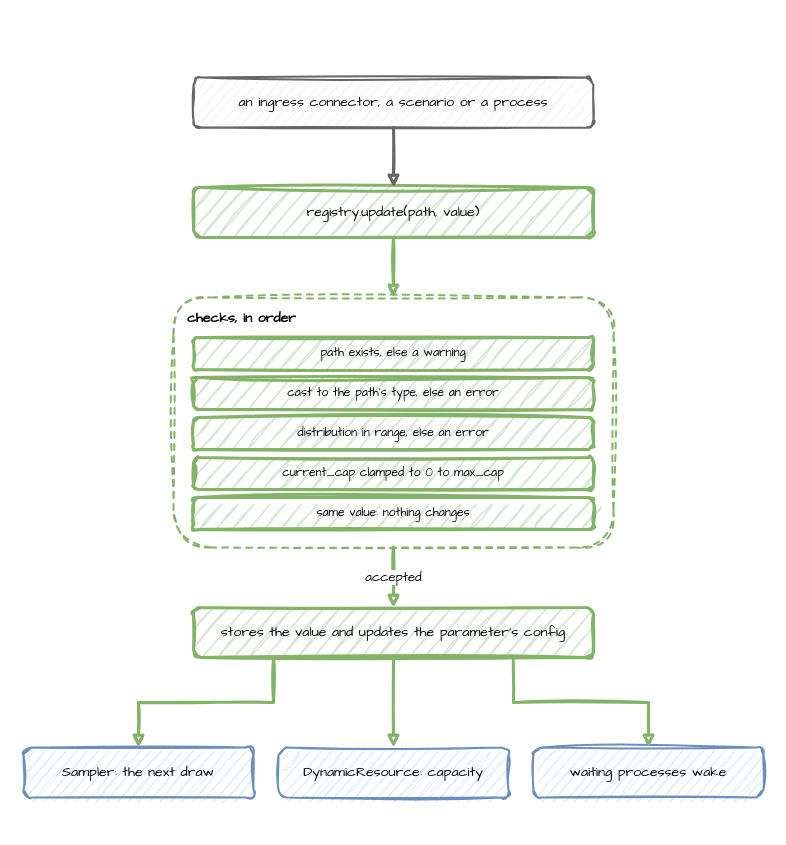
The draw.io diagram docs/assets/diagrams/registry-update.drawio in jaehyeon-kim/desflow, before the edit. Source tidied: cells renumbered, new cells numbered last; positions are measured from the earlier drawing's top-left corner, leaving out a move shared by most shapes. Both pictures are drawn from the tidied source at 100%, with x=0, y=0 at pixel (23, 77).
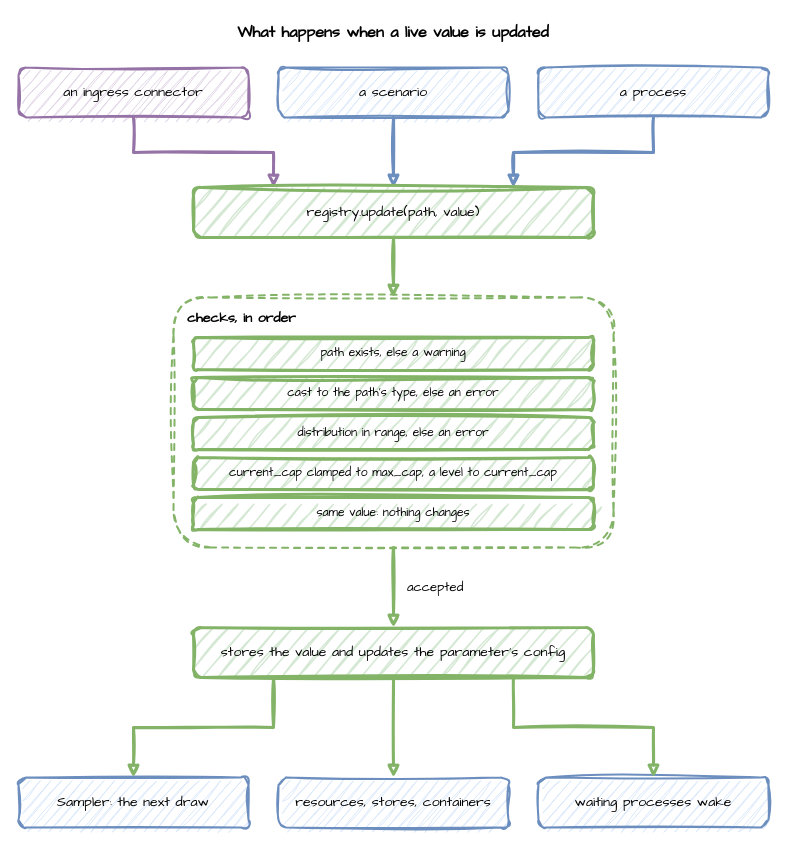
The same page after the edit.

The change refers to these unchanged cells:
```xml
<mxCell id="2" value="checks, in order" style="rounded=1;whiteSpace=wrap;html=1;sketch=1;curveFitting=1;jiggle=2;fontFamily=Comic Sans MS;fontSize=14;fillColor=none;strokeColor=#82b366;strokeWidth=2;dashed=1;verticalAlign=top;align=left;spacingLeft=12;spacingTop=6;fontStyle=1;" parent="1" vertex="1">
  <mxGeometry x="150" y="220" width="440" height="250" as="geometry" />
</mxCell>
<mxCell id="4" value="registry.update(path, value)" style="rounded=1;whiteSpace=wrap;html=1;sketch=1;curveFitting=1;jiggle=2;fontFamily=Comic Sans MS;fontSize=14;fillColor=#d5e8d4;strokeColor=#82b366;strokeWidth=3;" parent="1" vertex="1">
  <mxGeometry x="170" y="110" width="400" height="50" as="geometry" />
</mxCell>
```

Diff of the diagram source:
```diff
@@
+    <mxCell id="20" value="What happens when a live value is updated" style="text;html=1;align=center;verticalAlign=middle;whiteSpace=wrap;fontFamily=Comic Sans MS;fontSize=16;fontStyle=1;" parent="1" vertex="1">
+      <mxGeometry x="-5" y="-60" width="750" height="30" as="geometry" />
+    </mxCell>
+    <mxCell id="21" value="an ingress connector" style="rounded=1;whiteSpace=wrap;html=1;sketch=1;curveFitting=1;jiggle=2;fontFamily=Comic Sans MS;fontSize=14;fillColor=#e1d5e7;strokeColor=#9673a6;strokeWidth=2;" parent="1" vertex="1">
+      <mxGeometry x="-5" y="-10" width="230" height="50" as="geometry" />
+    </mxCell>
+    <mxCell id="22" value="a scenario" style="rounded=1;whiteSpace=wrap;html=1;sketch=1;curveFitting=1;jiggle=2;fontFamily=Comic Sans MS;fontSize=14;fillColor=#dae8fc;strokeColor=#6c8ebf;strokeWidth=2;" parent="1" vertex="1">
+      <mxGeometry x="255" y="-10" width="230" height="50" as="geometry" />
+    </mxCell>
+    <mxCell id="23" value="a process" style="rounded=1;whiteSpace=wrap;html=1;sketch=1;curveFitting=1;jiggle=2;fontFamily=Comic Sans MS;fontSize=14;fillColor=#dae8fc;strokeColor=#6c8ebf;strokeWidth=2;" parent="1" vertex="1">
+      <mxGeometry x="515" y="-10" width="230" height="50" as="geometry" />
+    </mxCell>
+    <mxCell id="24" style="edgeStyle=orthogonalEdgeStyle;rounded=0;sketch=1;html=1;strokeWidth=3;endArrow=block;fontFamily=Comic Sans MS;fontSize=13;labelBackgroundColor=#ffffff;exitX=0.5;exitY=1;exitDx=0;exitDy=0;entryY=0;entryDx=0;entryDy=0;strokeColor=#9673a6;entryX=0.2;" parent="1" edge="1" source="21" target="4">
+      <mxGeometry relative="1" as="geometry" />
+    </mxCell>
+    <mxCell id="25" style="edgeStyle=orthogonalEdgeStyle;rounded=0;sketch=1;html=1;strokeWidth=3;endArrow=block;fontFamily=Comic Sans MS;fontSize=13;labelBackgroundColor=#ffffff;exitX=0.5;exitY=1;exitDx=0;exitDy=0;entryY=0;entryDx=0;entryDy=0;strokeColor=#6c8ebf;entryX=0.5;" parent="1" edge="1" source="22" target="4">
+      <mxGeometry relative="1" as="geometry" />
+    </mxCell>
+    <mxCell id="26" style="edgeStyle=orthogonalEdgeStyle;rounded=0;sketch=1;html=1;strokeWidth=3;endArrow=block;fontFamily=Comic Sans MS;fontSize=13;labelBackgroundColor=#ffffff;exitX=0.5;exitY=1;exitDx=0;exitDy=0;entryY=0;entryDx=0;entryDy=0;strokeColor=#6c8ebf;entryX=0.8;" parent="1" edge="1" source="23" target="4">
+      <mxGeometry relative="1" as="geometry" />
+    </mxCell>
@@
-    <mxCell id="3" value="an ingress connector, a scenario or a process" style="rounded=1;whiteSpace=wrap;html=1;sketch=1;curveFitting=1;jiggle=2;fontFamily=Comic Sans MS;fontSize=14;fillColor=#f5f5f5;strokeColor=#666666;strokeWidth=2;" parent="1" vertex="1">
-      <mxGeometry x="170" width="400" height="50" as="geometry" />
-    </mxCell>
@@
-    <mxCell id="8" value="current_cap clamped to 0 to max_cap" style="rounded=1;whiteSpace=wrap;html=1;sketch=1;curveFitting=1;jiggle=2;fontFamily=Comic Sans MS;fontSize=14;fillColor=#d5e8d4;strokeColor=#82b366;strokeWidth=3;fontSize=12;" parent="1" vertex="1">
+    <mxCell id="8" value="current_cap clamped to max_cap, a level to current_cap" style="rounded=1;whiteSpace=wrap;html=1;sketch=1;curveFitting=1;jiggle=2;fontFamily=Comic Sans MS;fontSize=14;fillColor=#d5e8d4;strokeColor=#82b366;strokeWidth=3;fontSize=12;" parent="1" vertex="1">
       <mxGeometry x="170" y="380" width="400" height="32" as="geometry" />
     </mxCell>
@@
     <mxCell id="10" value="stores the value and updates the parameter's config" style="rounded=1;whiteSpace=wrap;html=1;sketch=1;curveFitting=1;jiggle=2;fontFamily=Comic Sans MS;fontSize=14;fillColor=#d5e8d4;strokeColor=#82b366;strokeWidth=3;" parent="1" vertex="1">
-      <mxGeometry x="170" y="530" width="400" height="50" as="geometry" />
+      <mxGeometry x="170" y="550" width="400" height="50" as="geometry" />
     </mxCell>
     <mxCell id="11" value="Sampler: the next draw" style="rounded=1;whiteSpace=wrap;html=1;sketch=1;curveFitting=1;jiggle=2;fontFamily=Comic Sans MS;fontSize=14;fillColor=#dae8fc;strokeColor=#6c8ebf;strokeWidth=2;" parent="1" vertex="1">
-      <mxGeometry y="670" width="230" height="50" as="geometry" />
+      <mxGeometry x="-5" y="700" width="230" height="50" as="geometry" />
     </mxCell>
-    <mxCell id="12" value="DynamicResource: capacity" style="rounded=1;whiteSpace=wrap;html=1;sketch=1;curveFitting=1;jiggle=2;fontFamily=Comic Sans MS;fontSize=14;fillColor=#dae8fc;strokeColor=#6c8ebf;strokeWidth=2;" parent="1" vertex="1">
-      <mxGeometry x="255" y="670" width="230" height="50" as="geometry" />
+    <mxCell id="12" value="resources, stores, containers" style="rounded=1;whiteSpace=wrap;html=1;sketch=1;curveFitting=1;jiggle=2;fontFamily=Comic Sans MS;fontSize=14;fillColor=#dae8fc;strokeColor=#6c8ebf;strokeWidth=2;" parent="1" vertex="1">
+      <mxGeometry x="255" y="700" width="230" height="50" as="geometry" />
     </mxCell>
     <mxCell id="13" value="waiting processes wake" style="rounded=1;whiteSpace=wrap;html=1;sketch=1;curveFitting=1;jiggle=2;fontFamily=Comic Sans MS;fontSize=14;fillColor=#dae8fc;strokeColor=#6c8ebf;strokeWidth=2;" parent="1" vertex="1">
-      <mxGeometry x="510" y="670" width="230" height="50" as="geometry" />
+      <mxGeometry x="515" y="700" width="230" height="50" as="geometry" />
     </mxCell>
-    <mxCell id="14" style="edgeStyle=orthogonalEdgeStyle;rounded=0;sketch=1;html=1;strokeWidth=3;endArrow=block;strokeColor=#666666;fontFamily=Comic Sans MS;fontSize=13;labelBackgroundColor=#ffffff;exitX=0.5;exitY=1;exitDx=0;exitDy=0;entryX=0.5;entryY=0;entryDx=0;entryDy=0;" parent="1" edge="1" source="3" target="4">
-      <mxGeometry relative="1" as="geometry" />
-    </mxCell>
@@
-    <mxCell id="16" value="accepted" style="edgeStyle=orthogonalEdgeStyle;rounded=0;sketch=1;html=1;strokeWidth=3;endArrow=block;strokeColor=#82b366;fontFamily=Comic Sans MS;fontSize=13;labelBackgroundColor=#ffffff;exitX=0.5;exitY=1;exitDx=0;exitDy=0;entryX=0.5;entryY=0;entryDx=0;entryDy=0;" parent="1" edge="1" source="2" target="10">
-      <mxGeometry relative="1" as="geometry" />
+    <mxCell id="16" value="accepted" style="align=left;edgeStyle=orthogonalEdgeStyle;rounded=0;sketch=1;html=1;strokeWidth=3;endArrow=block;strokeColor=#82b366;fontFamily=Comic Sans MS;fontSize=13;labelBackgroundColor=#ffffff;exitX=0.5;exitY=1;exitDx=0;exitDy=0;entryX=0.5;entryY=0;entryDx=0;entryDy=0;" parent="1" edge="1" source="2" target="10">
+      <mxGeometry relative="1" as="geometry">
+        <mxPoint x="12" as="offset" />
+      </mxGeometry>
     </mxCell>
```
